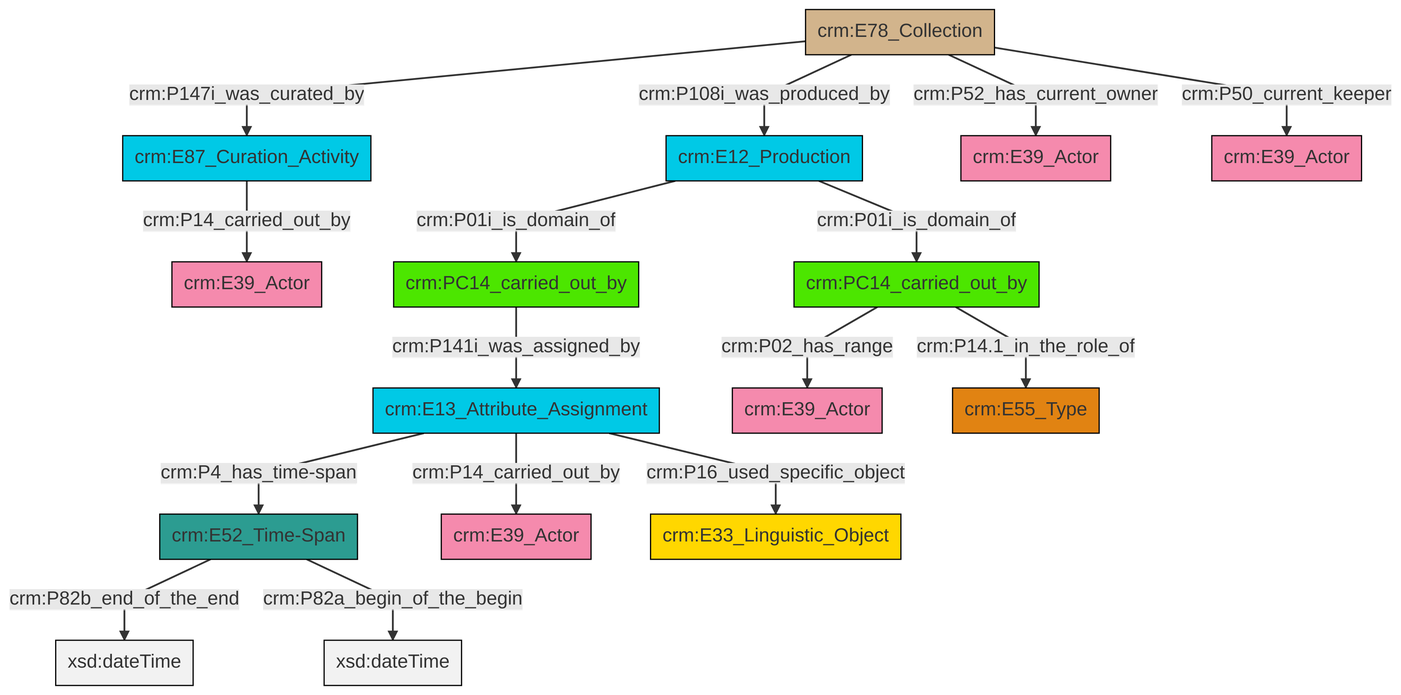
The Mermaid diagram et/archivalCSV/ttl/mmd/png/archival_relation.png in swiss-art-research-net/docs.swissartresearch, before a commit. Its source is kept beside it as et/archivalCSV/ttl/mmd/archival_relation.ttl.mmd.
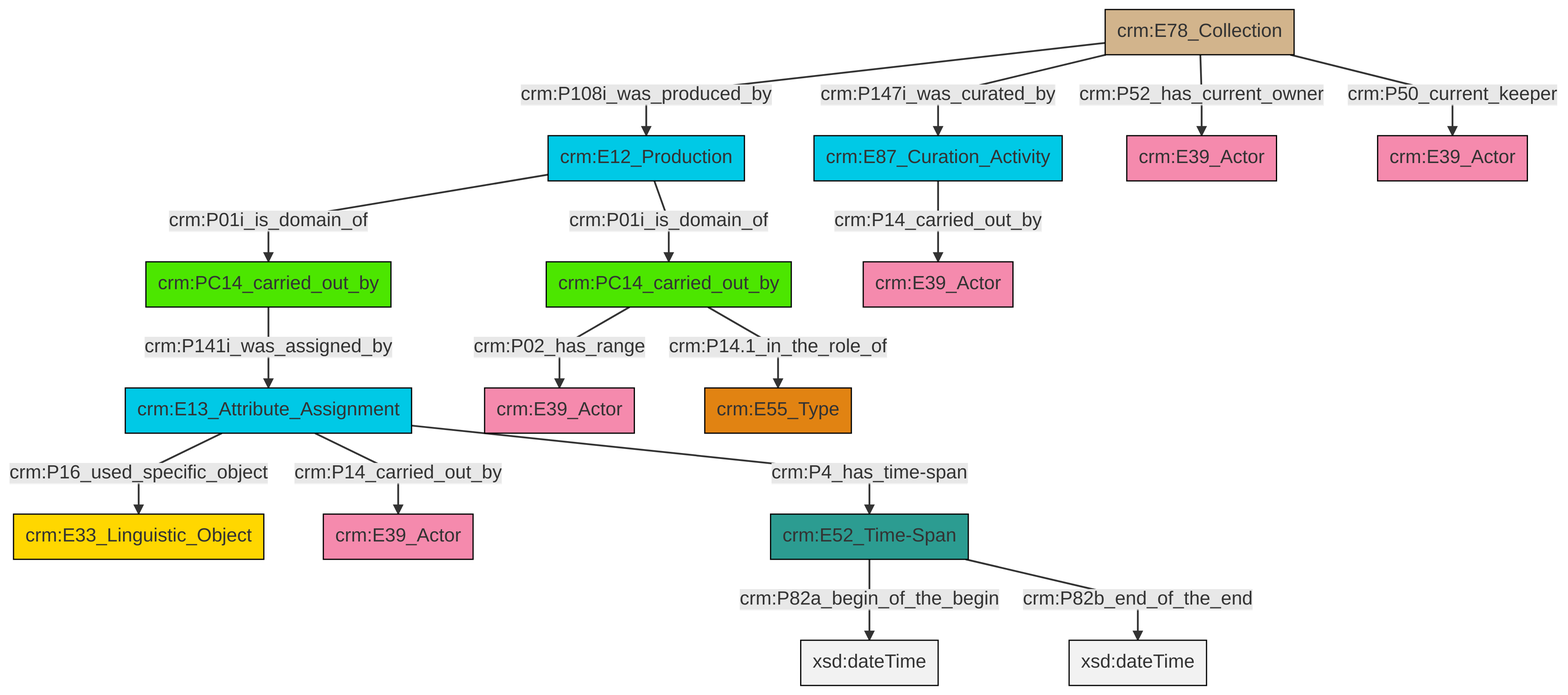
The same diagram one commit later.

What changed in the source:
```diff
@@ -13,18 +13,18 @@
 classDef PC_Classes fill:#4ce600, stroke:#000000;
 classDef Multi fill:#cccccc,stroke:#000000;
 
-2["crm:E13_Attribute_Assignment"]:::Temporal_Entity -->|crm:P4_has_time-span| 3["crm:E52_Time-Span"]:::Time-Span
-4["crm:E78_Collection"]:::Physical_Thing -->|crm:P108i_was_produced_by| 5["crm:E12_Production"]:::Temporal_Entity
-5["crm:E12_Production"]:::Temporal_Entity -->|crm:P01i_is_domain_of| 8["crm:PC14_carried_out_by"]:::PC_Classes
-11["crm:PC14_carried_out_by"]:::PC_Classes -->|crm:P02_has_range| 12["crm:E39_Actor"]:::Actor
-2["crm:E13_Attribute_Assignment"]:::Temporal_Entity -->|crm:P16_used_specific_object| 13["crm:E33_Linguistic_Object"]:::Conceptual_Object
-11["crm:PC14_carried_out_by"]:::PC_Classes -->|crm:P14.1_in_the_role_of| 15["crm:E55_Type"]:::Type
-9["crm:E87_Curation_Activity"]:::Temporal_Entity -->|crm:P14_carried_out_by| 0["crm:E39_Actor"]:::Actor
-2["crm:E13_Attribute_Assignment"]:::Temporal_Entity -->|crm:P14_carried_out_by| 6["crm:E39_Actor"]:::Actor
-4["crm:E78_Collection"]:::Physical_Thing -->|crm:P147i_was_curated_by| 9["crm:E87_Curation_Activity"]:::Temporal_Entity
-4["crm:E78_Collection"]:::Physical_Thing -->|crm:P50_current_keeper| 22["crm:E39_Actor"]:::Actor
-3["crm:E52_Time-Span"]:::Time-Span -->|crm:P82b_end_of_the_end| 23[xsd:dateTime]:::Literal
-4["crm:E78_Collection"]:::Physical_Thing -->|crm:P52_has_current_owner| 18["crm:E39_Actor"]:::Actor
-8["crm:PC14_carried_out_by"]:::PC_Classes -->|crm:P141i_was_assigned_by| 2["crm:E13_Attribute_Assignment"]:::Temporal_Entity
-3["crm:E52_Time-Span"]:::Time-Span -->|crm:P82a_begin_of_the_begin| 27[xsd:dateTime]:::Literal
-5["crm:E12_Production"]:::Temporal_Entity -->|crm:P01i_is_domain_of| 11["crm:PC14_carried_out_by"]:::PC_Classes
+2["crm:PC14_carried_out_by"]:::PC_Classes -->|crm:P02_has_range| 3["crm:E39_Actor"]:::Actor
+2["crm:PC14_carried_out_by"]:::PC_Classes -->|crm:P14.1_in_the_role_of| 4["crm:E55_Type"]:::Type
+5["crm:PC14_carried_out_by"]:::PC_Classes -->|crm:P141i_was_assigned_by| 0["crm:E13_Attribute_Assignment"]:::Temporal_Entity
+6["crm:E87_Curation_Activity"]:::Temporal_Entity -->|crm:P14_carried_out_by| 7["crm:E39_Actor"]:::Actor
+11["crm:E78_Collection"]:::Physical_Thing -->|crm:P147i_was_curated_by| 6["crm:E87_Curation_Activity"]:::Temporal_Entity
+0["crm:E13_Attribute_Assignment"]:::Temporal_Entity -->|crm:P14_carried_out_by| 12["crm:E39_Actor"]:::Actor
+11["crm:E78_Collection"]:::Physical_Thing -->|crm:P108i_was_produced_by| 14["crm:E12_Production"]:::Temporal_Entity
+19["crm:E52_Time-Span"]:::Time-Span -->|crm:P82a_begin_of_the_begin| 21[xsd:dateTime]:::Literal
+0["crm:E13_Attribute_Assignment"]:::Temporal_Entity -->|crm:P16_used_specific_object| 8["crm:E33_Linguistic_Object"]:::Conceptual_Object
+11["crm:E78_Collection"]:::Physical_Thing -->|crm:P52_has_current_owner| 15["crm:E39_Actor"]:::Actor
+11["crm:E78_Collection"]:::Physical_Thing -->|crm:P50_current_keeper| 17["crm:E39_Actor"]:::Actor
+0["crm:E13_Attribute_Assignment"]:::Temporal_Entity -->|crm:P4_has_time-span| 19["crm:E52_Time-Span"]:::Time-Span
+14["crm:E12_Production"]:::Temporal_Entity -->|crm:P01i_is_domain_of| 2["crm:PC14_carried_out_by"]:::PC_Classes
+14["crm:E12_Production"]:::Temporal_Entity -->|crm:P01i_is_domain_of| 5["crm:PC14_carried_out_by"]:::PC_Classes
+19["crm:E52_Time-Span"]:::Time-Span -->|crm:P82b_end_of_the_end| 29[xsd:dateTime]:::Literal
```
